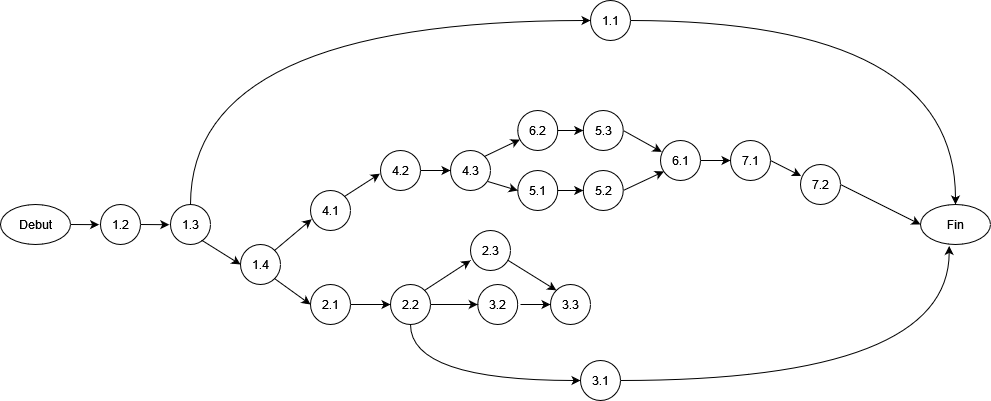
Above: Ressources/GraphePert.png in BUT-Info/SAE2.05 (draw.io), before the change. Source tidied: cells renumbered, new cells last; positions are measured from the earlier drawing's top-left corner, leaving out a move shared by most shapes. The source it was exported from:
```xml
<mxGraphModel>
  <root>
    <mxCell id="0" />
    <mxCell id="1" parent="0" />
    <mxCell id="2" value="&lt;div&gt;Debut&lt;/div&gt;" style="ellipse;whiteSpace=wrap;html=1;" parent="1" vertex="1">
      <mxGeometry y="204" width="70" height="40" as="geometry" />
    </mxCell>
    <mxCell id="3" value="&lt;div&gt;1.2&lt;/div&gt;" style="ellipse;whiteSpace=wrap;html=1;" parent="1" vertex="1">
      <mxGeometry x="100" y="204" width="40" height="40" as="geometry" />
    </mxCell>
    <mxCell id="4" style="endArrow=classic;html=1;rounded=0;exitX=1;exitY=0.5;exitDx=0;exitDy=0;entryX=-0.035;entryY=0.504;entryDx=0;entryDy=0;entryPerimeter=0;" parent="1" edge="1" source="2" target="3">
      <mxGeometry relative="1" as="geometry" />
    </mxCell>
    <mxCell id="5" value="&lt;div&gt;1.3&lt;/div&gt;" style="ellipse;whiteSpace=wrap;html=1;" parent="1" vertex="1">
      <mxGeometry x="170" y="204" width="40" height="40" as="geometry" />
    </mxCell>
    <mxCell id="6" style="endArrow=classic;html=1;rounded=0;exitX=1;exitY=0.5;exitDx=0;exitDy=0;entryX=-0.03;entryY=0.505;entryDx=0;entryDy=0;entryPerimeter=0;" parent="1" edge="1" source="3" target="5">
      <mxGeometry relative="1" as="geometry" />
    </mxCell>
    <mxCell id="7" style="rounded=0;jettySize=auto;html=1;exitX=1;exitY=0.5;exitDx=0;exitDy=0;edgeStyle=orthogonalEdgeStyle;curved=1;" parent="1" edge="1" source="8" target="48">
      <mxGeometry relative="1" as="geometry" />
    </mxCell>
    <mxCell id="8" value="&lt;div&gt;1.1&lt;/div&gt;" style="ellipse;whiteSpace=wrap;html=1;" parent="1" vertex="1">
      <mxGeometry x="590" width="40" height="40" as="geometry" />
    </mxCell>
    <mxCell id="9" value="&lt;div&gt;1.4&lt;/div&gt;" style="ellipse;whiteSpace=wrap;html=1;" parent="1" vertex="1">
      <mxGeometry x="240" y="244" width="40" height="40" as="geometry" />
    </mxCell>
    <mxCell id="10" style="endArrow=classic;html=1;rounded=0;exitX=0.5;exitY=0;exitDx=0;exitDy=0;entryX=0;entryY=0.5;entryDx=0;entryDy=0;edgeStyle=orthogonalEdgeStyle;curved=1;" parent="1" edge="1" source="5" target="8">
      <mxGeometry relative="1" as="geometry">
        <Array as="points">
          <mxPoint x="190" y="20" />
        </Array>
      </mxGeometry>
    </mxCell>
    <mxCell id="11" style="endArrow=classic;html=1;rounded=0;exitX=0.769;exitY=0.886;exitDx=0;exitDy=0;entryX=0;entryY=0.5;entryDx=0;entryDy=0;exitPerimeter=0;" parent="1" edge="1" source="5" target="9">
      <mxGeometry relative="1" as="geometry" />
    </mxCell>
    <mxCell id="12" style="endArrow=classic;html=1;rounded=0;exitX=1;exitY=1;exitDx=0;exitDy=0;entryX=0;entryY=0.5;entryDx=0;entryDy=0;" parent="1" edge="1" source="9" target="13">
      <mxGeometry relative="1" as="geometry" />
    </mxCell>
    <mxCell id="13" value="&lt;div&gt;2.1&lt;/div&gt;" style="ellipse;whiteSpace=wrap;html=1;" parent="1" vertex="1">
      <mxGeometry x="310" y="284" width="40" height="40" as="geometry" />
    </mxCell>
    <mxCell id="14" value="&lt;div&gt;4.1&lt;/div&gt;" style="ellipse;whiteSpace=wrap;html=1;" parent="1" vertex="1">
      <mxGeometry x="310" y="190" width="40" height="40" as="geometry" />
    </mxCell>
    <mxCell id="15" style="endArrow=classic;html=1;rounded=0;exitX=1;exitY=0;exitDx=0;exitDy=0;entryX=0.028;entryY=0.719;entryDx=0;entryDy=0;entryPerimeter=0;" parent="1" edge="1" source="9" target="14">
      <mxGeometry relative="1" as="geometry" />
    </mxCell>
    <mxCell id="16" value="&lt;div&gt;2.2&lt;/div&gt;" style="ellipse;whiteSpace=wrap;html=1;" parent="1" vertex="1">
      <mxGeometry x="390" y="284" width="40" height="40" as="geometry" />
    </mxCell>
    <mxCell id="17" style="endArrow=classic;html=1;rounded=0;entryX=0;entryY=0.5;entryDx=0;entryDy=0;exitX=1;exitY=0.5;exitDx=0;exitDy=0;" parent="1" edge="1" source="13" target="16">
      <mxGeometry relative="1" as="geometry" />
    </mxCell>
    <mxCell id="18" value="3.2" style="ellipse;whiteSpace=wrap;html=1;" parent="1" vertex="1">
      <mxGeometry x="477.2" y="284" width="40" height="40" as="geometry" />
    </mxCell>
    <mxCell id="19" style="endArrow=classic;html=1;rounded=0;entryX=0;entryY=0.5;entryDx=0;entryDy=0;" parent="1" edge="1" source="16" target="18">
      <mxGeometry relative="1" as="geometry" />
    </mxCell>
    <mxCell id="20" style="endArrow=classic;html=1;rounded=0;entryX=0;entryY=0.5;entryDx=0;entryDy=0;exitX=0.5;exitY=1;exitDx=0;exitDy=0;edgeStyle=orthogonalEdgeStyle;curved=1;" parent="1" edge="1" source="16" target="22">
      <mxGeometry relative="1" as="geometry">
        <Array as="points">
          <mxPoint x="410" y="380" />
        </Array>
      </mxGeometry>
    </mxCell>
    <mxCell id="21" style="rounded=0;jettySize=auto;html=1;exitX=1;exitY=0.5;exitDx=0;exitDy=0;entryX=0.41;entryY=1.036;entryDx=0;entryDy=0;entryPerimeter=0;edgeStyle=orthogonalEdgeStyle;curved=1;" parent="1" edge="1" source="22" target="48">
      <mxGeometry relative="1" as="geometry" />
    </mxCell>
    <mxCell id="22" value="3.1" style="ellipse;whiteSpace=wrap;html=1;" parent="1" vertex="1">
      <mxGeometry x="580" y="360" width="40" height="40" as="geometry" />
    </mxCell>
    <mxCell id="23" value="&lt;div&gt;2.3&lt;/div&gt;" style="ellipse;whiteSpace=wrap;html=1;" parent="1" vertex="1">
      <mxGeometry x="470" y="230" width="40" height="40" as="geometry" />
    </mxCell>
    <mxCell id="24" style="endArrow=classic;html=1;rounded=0;entryX=0;entryY=0.75;entryDx=0;entryDy=0;exitX=1;exitY=0;exitDx=0;exitDy=0;entryPerimeter=0;" parent="1" edge="1" source="16" target="23">
      <mxGeometry relative="1" as="geometry" />
    </mxCell>
    <mxCell id="25" value="3.3" style="ellipse;whiteSpace=wrap;html=1;" parent="1" vertex="1">
      <mxGeometry x="550" y="284" width="40" height="40" as="geometry" />
    </mxCell>
    <mxCell id="26" style="endArrow=classic;html=1;rounded=0;entryX=0;entryY=0;entryDx=0;entryDy=0;exitX=0.927;exitY=0.739;exitDx=0;exitDy=0;exitPerimeter=0;" parent="1" edge="1" source="23" target="25">
      <mxGeometry relative="1" as="geometry" />
    </mxCell>
    <mxCell id="27" style="endArrow=classic;html=1;rounded=0;entryX=0;entryY=0.5;entryDx=0;entryDy=0;" parent="1" edge="1" target="25">
      <mxGeometry relative="1" as="geometry">
        <mxPoint x="520" y="304" as="sourcePoint" />
      </mxGeometry>
    </mxCell>
    <mxCell id="28" value="4.2" style="ellipse;whiteSpace=wrap;html=1;" parent="1" vertex="1">
      <mxGeometry x="380" y="150" width="40" height="40" as="geometry" />
    </mxCell>
    <mxCell id="29" style="endArrow=classic;html=1;rounded=0;exitX=1;exitY=0;exitDx=0;exitDy=0;entryX=-0.016;entryY=0.58;entryDx=0;entryDy=0;entryPerimeter=0;" parent="1" edge="1" source="14" target="28">
      <mxGeometry relative="1" as="geometry" />
    </mxCell>
    <mxCell id="30" value="&lt;div&gt;4.3&lt;/div&gt;" style="ellipse;whiteSpace=wrap;html=1;" parent="1" vertex="1">
      <mxGeometry x="450" y="150" width="40" height="40" as="geometry" />
    </mxCell>
    <mxCell id="31" style="endArrow=classic;html=1;rounded=0;exitX=1;exitY=0.5;exitDx=0;exitDy=0;entryX=0;entryY=0.5;entryDx=0;entryDy=0;" parent="1" edge="1" source="28" target="30">
      <mxGeometry relative="1" as="geometry" />
    </mxCell>
    <mxCell id="32" value="5.1" style="ellipse;whiteSpace=wrap;html=1;" parent="1" vertex="1">
      <mxGeometry x="517.2" y="170" width="40" height="40" as="geometry" />
    </mxCell>
    <mxCell id="33" style="endArrow=classic;html=1;rounded=0;entryX=0;entryY=0.5;entryDx=0;entryDy=0;exitX=0.927;exitY=0.773;exitDx=0;exitDy=0;exitPerimeter=0;" parent="1" edge="1" source="30" target="32">
      <mxGeometry relative="1" as="geometry" />
    </mxCell>
    <mxCell id="34" value="5.2" style="ellipse;whiteSpace=wrap;html=1;" parent="1" vertex="1">
      <mxGeometry x="582.8" y="170" width="40" height="40" as="geometry" />
    </mxCell>
    <mxCell id="35" style="endArrow=classic;html=1;rounded=0;exitX=1;exitY=0.5;exitDx=0;exitDy=0;entryX=0;entryY=0.5;entryDx=0;entryDy=0;" parent="1" edge="1" source="32" target="34">
      <mxGeometry relative="1" as="geometry" />
    </mxCell>
    <mxCell id="36" style="endArrow=classic;html=1;rounded=0;exitX=1;exitY=0;exitDx=0;exitDy=0;entryX=0.052;entryY=0.727;entryDx=0;entryDy=0;entryPerimeter=0;" parent="1" edge="1" source="30" target="37">
      <mxGeometry relative="1" as="geometry" />
    </mxCell>
    <mxCell id="37" value="6.2" style="ellipse;whiteSpace=wrap;html=1;" parent="1" vertex="1">
      <mxGeometry x="517.2" y="110" width="40" height="40" as="geometry" />
    </mxCell>
    <mxCell id="38" value="5.3" style="ellipse;whiteSpace=wrap;html=1;" parent="1" vertex="1">
      <mxGeometry x="582.8" y="110" width="40" height="40" as="geometry" />
    </mxCell>
    <mxCell id="39" style="endArrow=classic;html=1;rounded=0;exitX=1;exitY=0.5;exitDx=0;exitDy=0;entryX=0;entryY=0.5;entryDx=0;entryDy=0;" parent="1" edge="1" source="37" target="38">
      <mxGeometry relative="1" as="geometry" />
    </mxCell>
    <mxCell id="40" value="6.1" style="ellipse;whiteSpace=wrap;html=1;" parent="1" vertex="1">
      <mxGeometry x="660" y="140" width="40" height="40" as="geometry" />
    </mxCell>
    <mxCell id="41" style="endArrow=classic;html=1;rounded=0;exitX=1;exitY=0.5;exitDx=0;exitDy=0;entryX=0.03;entryY=0.284;entryDx=0;entryDy=0;entryPerimeter=0;" parent="1" edge="1" source="38" target="40">
      <mxGeometry relative="1" as="geometry" />
    </mxCell>
    <mxCell id="42" style="endArrow=classic;html=1;rounded=0;exitX=1;exitY=0.5;exitDx=0;exitDy=0;entryX=0.086;entryY=0.773;entryDx=0;entryDy=0;entryPerimeter=0;" parent="1" edge="1" source="34" target="40">
      <mxGeometry relative="1" as="geometry" />
    </mxCell>
    <mxCell id="43" value="7.1" style="ellipse;whiteSpace=wrap;html=1;" parent="1" vertex="1">
      <mxGeometry x="730" y="140" width="40" height="40" as="geometry" />
    </mxCell>
    <mxCell id="44" style="endArrow=classic;html=1;rounded=0;exitX=1;exitY=0.5;exitDx=0;exitDy=0;entryX=0;entryY=0.5;entryDx=0;entryDy=0;" parent="1" edge="1" source="40" target="43">
      <mxGeometry relative="1" as="geometry" />
    </mxCell>
    <mxCell id="45" style="endArrow=classic;html=1;rounded=0;exitX=1;exitY=0.5;exitDx=0;exitDy=0;entryX=0.014;entryY=0.286;entryDx=0;entryDy=0;entryPerimeter=0;" parent="1" edge="1" source="43" target="47">
      <mxGeometry relative="1" as="geometry" />
    </mxCell>
    <mxCell id="46" style="rounded=0;jettySize=auto;html=1;exitX=1;exitY=0.5;exitDx=0;exitDy=0;entryX=0;entryY=0.5;entryDx=0;entryDy=0;" parent="1" edge="1" source="47" target="48">
      <mxGeometry relative="1" as="geometry" />
    </mxCell>
    <mxCell id="47" value="7.2" style="ellipse;whiteSpace=wrap;html=1;" parent="1" vertex="1">
      <mxGeometry x="800" y="164" width="40" height="40" as="geometry" />
    </mxCell>
    <mxCell id="48" value="Fin" style="ellipse;whiteSpace=wrap;html=1;" parent="1" vertex="1">
      <mxGeometry x="920" y="204" width="70" height="40" as="geometry" />
    </mxCell>
  </root>
</mxGraphModel>
```
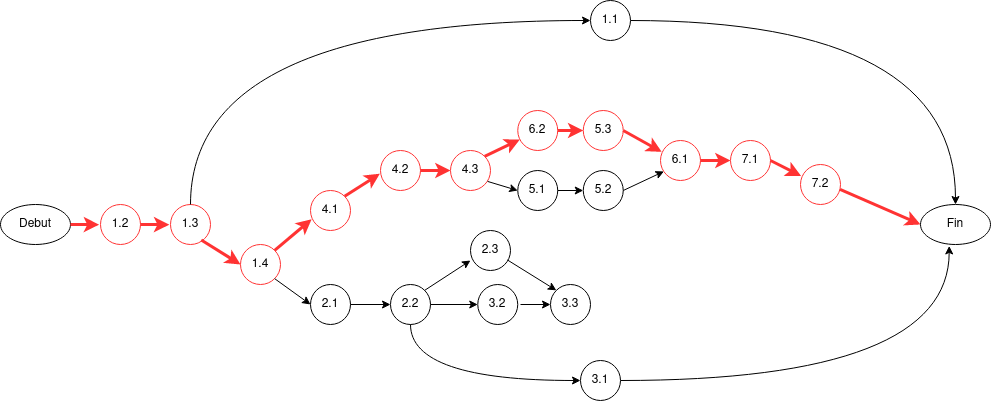
The same file after the commit.

Commit message:
GraphPert avec chemin critique

Change to the diagram source:
```diff
@@ -5,16 +5,16 @@
     <mxCell id="2" value="&lt;div&gt;Debut&lt;/div&gt;" style="ellipse;whiteSpace=wrap;html=1;" parent="1" vertex="1">
       <mxGeometry y="204" width="70" height="40" as="geometry" />
     </mxCell>
-    <mxCell id="3" value="&lt;div&gt;1.2&lt;/div&gt;" style="ellipse;whiteSpace=wrap;html=1;" parent="1" vertex="1">
+    <mxCell id="3" value="&lt;div&gt;1.2&lt;/div&gt;" style="ellipse;whiteSpace=wrap;html=1;fillColor=none;strokeColor=#FF3333;" parent="1" vertex="1">
       <mxGeometry x="100" y="204" width="40" height="40" as="geometry" />
     </mxCell>
-    <mxCell id="4" style="endArrow=classic;html=1;rounded=0;exitX=1;exitY=0.5;exitDx=0;exitDy=0;entryX=-0.035;entryY=0.504;entryDx=0;entryDy=0;entryPerimeter=0;" parent="1" edge="1" source="2" target="3">
+    <mxCell id="4" style="endArrow=classic;html=1;rounded=0;exitX=1;exitY=0.5;exitDx=0;exitDy=0;entryX=-0.035;entryY=0.504;entryDx=0;entryDy=0;entryPerimeter=0;fillColor=#a20025;strokeColor=#FF3333;strokeWidth=3;" parent="1" edge="1" source="2" target="3">
       <mxGeometry relative="1" as="geometry" />
     </mxCell>
-    <mxCell id="5" value="&lt;div&gt;1.3&lt;/div&gt;" style="ellipse;whiteSpace=wrap;html=1;" parent="1" vertex="1">
+    <mxCell id="5" value="&lt;div&gt;1.3&lt;/div&gt;" style="ellipse;whiteSpace=wrap;html=1;fillColor=none;strokeColor=#FF3333;" parent="1" vertex="1">
       <mxGeometry x="170" y="204" width="40" height="40" as="geometry" />
     </mxCell>
-    <mxCell id="6" style="endArrow=classic;html=1;rounded=0;exitX=1;exitY=0.5;exitDx=0;exitDy=0;entryX=-0.03;entryY=0.505;entryDx=0;entryDy=0;entryPerimeter=0;" parent="1" edge="1" source="3" target="5">
+    <mxCell id="6" style="endArrow=classic;html=1;rounded=0;exitX=1;exitY=0.5;exitDx=0;exitDy=0;entryX=-0.03;entryY=0.505;entryDx=0;entryDy=0;entryPerimeter=0;strokeWidth=3;strokeColor=#FF3333;" parent="1" edge="1" source="3" target="5">
       <mxGeometry relative="1" as="geometry" />
     </mxCell>
     <mxCell id="7" style="rounded=0;jettySize=auto;html=1;exitX=1;exitY=0.5;exitDx=0;exitDy=0;edgeStyle=orthogonalEdgeStyle;curved=1;" parent="1" edge="1" source="8" target="48">
@@ -23,7 +23,7 @@
     <mxCell id="8" value="&lt;div&gt;1.1&lt;/div&gt;" style="ellipse;whiteSpace=wrap;html=1;" parent="1" vertex="1">
       <mxGeometry x="590" width="40" height="40" as="geometry" />
     </mxCell>
-    <mxCell id="9" value="&lt;div&gt;1.4&lt;/div&gt;" style="ellipse;whiteSpace=wrap;html=1;" parent="1" vertex="1">
+    <mxCell id="9" value="&lt;div&gt;1.4&lt;/div&gt;" style="ellipse;whiteSpace=wrap;html=1;fillColor=none;strokeColor=#FF3333;" parent="1" vertex="1">
       <mxGeometry x="240" y="244" width="40" height="40" as="geometry" />
     </mxCell>
     <mxCell id="10" style="endArrow=classic;html=1;rounded=0;exitX=0.5;exitY=0;exitDx=0;exitDy=0;entryX=0;entryY=0.5;entryDx=0;entryDy=0;edgeStyle=orthogonalEdgeStyle;curved=1;" parent="1" edge="1" source="5" target="8">
@@ -33,7 +33,7 @@
         </Array>
       </mxGeometry>
     </mxCell>
-    <mxCell id="11" style="endArrow=classic;html=1;rounded=0;exitX=0.769;exitY=0.886;exitDx=0;exitDy=0;entryX=0;entryY=0.5;entryDx=0;entryDy=0;exitPerimeter=0;" parent="1" edge="1" source="5" target="9">
+    <mxCell id="11" style="endArrow=classic;html=1;rounded=0;exitX=0.769;exitY=0.886;exitDx=0;exitDy=0;entryX=0;entryY=0.5;entryDx=0;entryDy=0;exitPerimeter=0;strokeWidth=3;strokeColor=#FF3333;" parent="1" edge="1" source="5" target="9">
       <mxGeometry relative="1" as="geometry" />
     </mxCell>
     <mxCell id="12" style="endArrow=classic;html=1;rounded=0;exitX=1;exitY=1;exitDx=0;exitDy=0;entryX=0;entryY=0.5;entryDx=0;entryDy=0;" parent="1" edge="1" source="9" target="13">
@@ -42,10 +42,10 @@
     <mxCell id="13" value="&lt;div&gt;2.1&lt;/div&gt;" style="ellipse;whiteSpace=wrap;html=1;" parent="1" vertex="1">
       <mxGeometry x="310" y="284" width="40" height="40" as="geometry" />
     </mxCell>
-    <mxCell id="14" value="&lt;div&gt;4.1&lt;/div&gt;" style="ellipse;whiteSpace=wrap;html=1;" parent="1" vertex="1">
+    <mxCell id="14" value="&lt;div&gt;4.1&lt;/div&gt;" style="ellipse;whiteSpace=wrap;html=1;fillColor=none;strokeColor=#FF3333;" parent="1" vertex="1">
       <mxGeometry x="310" y="190" width="40" height="40" as="geometry" />
     </mxCell>
-    <mxCell id="15" style="endArrow=classic;html=1;rounded=0;exitX=1;exitY=0;exitDx=0;exitDy=0;entryX=0.028;entryY=0.719;entryDx=0;entryDy=0;entryPerimeter=0;" parent="1" edge="1" source="9" target="14">
+    <mxCell id="15" style="endArrow=classic;html=1;rounded=0;exitX=1;exitY=0;exitDx=0;exitDy=0;entryX=0.028;entryY=0.719;entryDx=0;entryDy=0;entryPerimeter=0;strokeWidth=3;strokeColor=#FF3333;" parent="1" edge="1" source="9" target="14">
       <mxGeometry relative="1" as="geometry" />
     </mxCell>
     <mxCell id="16" value="&lt;div&gt;2.2&lt;/div&gt;" style="ellipse;whiteSpace=wrap;html=1;" parent="1" vertex="1">
@@ -90,16 +90,16 @@
         <mxPoint x="520" y="304" as="sourcePoint" />
       </mxGeometry>
     </mxCell>
-    <mxCell id="28" value="4.2" style="ellipse;whiteSpace=wrap;html=1;" parent="1" vertex="1">
+    <mxCell id="28" value="4.2" style="ellipse;whiteSpace=wrap;html=1;fillColor=none;strokeColor=#FF3333;" parent="1" vertex="1">
       <mxGeometry x="380" y="150" width="40" height="40" as="geometry" />
     </mxCell>
-    <mxCell id="29" style="endArrow=classic;html=1;rounded=0;exitX=1;exitY=0;exitDx=0;exitDy=0;entryX=-0.016;entryY=0.58;entryDx=0;entryDy=0;entryPerimeter=0;" parent="1" edge="1" source="14" target="28">
+    <mxCell id="29" style="endArrow=classic;html=1;rounded=0;exitX=1;exitY=0;exitDx=0;exitDy=0;entryX=-0.016;entryY=0.58;entryDx=0;entryDy=0;entryPerimeter=0;strokeWidth=3;strokeColor=#FF3333;" parent="1" edge="1" source="14" target="28">
       <mxGeometry relative="1" as="geometry" />
     </mxCell>
-    <mxCell id="30" value="&lt;div&gt;4.3&lt;/div&gt;" style="ellipse;whiteSpace=wrap;html=1;" parent="1" vertex="1">
+    <mxCell id="30" value="&lt;div&gt;4.3&lt;/div&gt;" style="ellipse;whiteSpace=wrap;html=1;fillColor=none;strokeColor=#FF3333;" parent="1" vertex="1">
       <mxGeometry x="450" y="150" width="40" height="40" as="geometry" />
     </mxCell>
-    <mxCell id="31" style="endArrow=classic;html=1;rounded=0;exitX=1;exitY=0.5;exitDx=0;exitDy=0;entryX=0;entryY=0.5;entryDx=0;entryDy=0;" parent="1" edge="1" source="28" target="30">
+    <mxCell id="31" style="endArrow=classic;html=1;rounded=0;exitX=1;exitY=0.5;exitDx=0;exitDy=0;entryX=0;entryY=0.5;entryDx=0;entryDy=0;strokeWidth=3;strokeColor=#FF3333;" parent="1" edge="1" source="28" target="30">
       <mxGeometry relative="1" as="geometry" />
     </mxCell>
     <mxCell id="32" value="5.1" style="ellipse;whiteSpace=wrap;html=1;" parent="1" vertex="1">
@@ -114,40 +114,40 @@
     <mxCell id="35" style="endArrow=classic;html=1;rounded=0;exitX=1;exitY=0.5;exitDx=0;exitDy=0;entryX=0;entryY=0.5;entryDx=0;entryDy=0;" parent="1" edge="1" source="32" target="34">
       <mxGeometry relative="1" as="geometry" />
     </mxCell>
-    <mxCell id="36" style="endArrow=classic;html=1;rounded=0;exitX=1;exitY=0;exitDx=0;exitDy=0;entryX=0.052;entryY=0.727;entryDx=0;entryDy=0;entryPerimeter=0;" parent="1" edge="1" source="30" target="37">
+    <mxCell id="36" style="endArrow=classic;html=1;rounded=0;exitX=1;exitY=0;exitDx=0;exitDy=0;entryX=0.052;entryY=0.727;entryDx=0;entryDy=0;entryPerimeter=0;strokeWidth=3;strokeColor=#FF3333;" parent="1" edge="1" source="30" target="37">
       <mxGeometry relative="1" as="geometry" />
     </mxCell>
-    <mxCell id="37" value="6.2" style="ellipse;whiteSpace=wrap;html=1;" parent="1" vertex="1">
+    <mxCell id="37" value="6.2" style="ellipse;whiteSpace=wrap;html=1;fillColor=none;strokeColor=#FF3333;" parent="1" vertex="1">
       <mxGeometry x="517.2" y="110" width="40" height="40" as="geometry" />
     </mxCell>
-    <mxCell id="38" value="5.3" style="ellipse;whiteSpace=wrap;html=1;" parent="1" vertex="1">
+    <mxCell id="38" value="5.3" style="ellipse;whiteSpace=wrap;html=1;fillColor=none;strokeColor=#FF3333;" parent="1" vertex="1">
       <mxGeometry x="582.8" y="110" width="40" height="40" as="geometry" />
     </mxCell>
-    <mxCell id="39" style="endArrow=classic;html=1;rounded=0;exitX=1;exitY=0.5;exitDx=0;exitDy=0;entryX=0;entryY=0.5;entryDx=0;entryDy=0;" parent="1" edge="1" source="37" target="38">
+    <mxCell id="39" style="endArrow=classic;html=1;rounded=0;exitX=1;exitY=0.5;exitDx=0;exitDy=0;entryX=0;entryY=0.5;entryDx=0;entryDy=0;strokeWidth=3;strokeColor=#FF3333;" parent="1" edge="1" source="37" target="38">
       <mxGeometry relative="1" as="geometry" />
     </mxCell>
-    <mxCell id="40" value="6.1" style="ellipse;whiteSpace=wrap;html=1;" parent="1" vertex="1">
+    <mxCell id="40" value="6.1" style="ellipse;whiteSpace=wrap;html=1;fillColor=none;strokeColor=#FF3333;" parent="1" vertex="1">
       <mxGeometry x="660" y="140" width="40" height="40" as="geometry" />
     </mxCell>
-    <mxCell id="41" style="endArrow=classic;html=1;rounded=0;exitX=1;exitY=0.5;exitDx=0;exitDy=0;entryX=0.03;entryY=0.284;entryDx=0;entryDy=0;entryPerimeter=0;" parent="1" edge="1" source="38" target="40">
+    <mxCell id="41" style="endArrow=classic;html=1;rounded=0;exitX=1;exitY=0.5;exitDx=0;exitDy=0;entryX=0.03;entryY=0.284;entryDx=0;entryDy=0;entryPerimeter=0;strokeWidth=3;strokeColor=#FF3333;" parent="1" edge="1" source="38" target="40">
       <mxGeometry relative="1" as="geometry" />
     </mxCell>
     <mxCell id="42" style="endArrow=classic;html=1;rounded=0;exitX=1;exitY=0.5;exitDx=0;exitDy=0;entryX=0.086;entryY=0.773;entryDx=0;entryDy=0;entryPerimeter=0;" parent="1" edge="1" source="34" target="40">
       <mxGeometry relative="1" as="geometry" />
     </mxCell>
-    <mxCell id="43" value="7.1" style="ellipse;whiteSpace=wrap;html=1;" parent="1" vertex="1">
+    <mxCell id="43" value="7.1" style="ellipse;whiteSpace=wrap;html=1;fillColor=none;strokeColor=#FF3333;" parent="1" vertex="1">
       <mxGeometry x="730" y="140" width="40" height="40" as="geometry" />
     </mxCell>
-    <mxCell id="44" style="endArrow=classic;html=1;rounded=0;exitX=1;exitY=0.5;exitDx=0;exitDy=0;entryX=0;entryY=0.5;entryDx=0;entryDy=0;" parent="1" edge="1" source="40" target="43">
+    <mxCell id="44" style="endArrow=classic;html=1;rounded=0;exitX=1;exitY=0.5;exitDx=0;exitDy=0;entryX=0;entryY=0.5;entryDx=0;entryDy=0;strokeWidth=3;strokeColor=#FF3333;" parent="1" edge="1" source="40" target="43">
       <mxGeometry relative="1" as="geometry" />
     </mxCell>
-    <mxCell id="45" style="endArrow=classic;html=1;rounded=0;exitX=1;exitY=0.5;exitDx=0;exitDy=0;entryX=0.014;entryY=0.286;entryDx=0;entryDy=0;entryPerimeter=0;" parent="1" edge="1" source="43" target="47">
+    <mxCell id="45" style="endArrow=classic;html=1;rounded=0;exitX=1;exitY=0.5;exitDx=0;exitDy=0;entryX=0.014;entryY=0.286;entryDx=0;entryDy=0;entryPerimeter=0;strokeWidth=3;strokeColor=#FF3333;" parent="1" edge="1" source="43" target="47">
       <mxGeometry relative="1" as="geometry" />
     </mxCell>
-    <mxCell id="46" style="rounded=0;jettySize=auto;html=1;exitX=1;exitY=0.5;exitDx=0;exitDy=0;entryX=0;entryY=0.5;entryDx=0;entryDy=0;" parent="1" edge="1" source="47" target="48">
+    <mxCell id="46" style="rounded=0;jettySize=auto;html=1;exitX=0.988;exitY=0.622;exitDx=0;exitDy=0;entryX=0;entryY=0.5;entryDx=0;entryDy=0;strokeWidth=3;strokeColor=#FF3333;exitPerimeter=0;" parent="1" edge="1" source="47" target="48">
       <mxGeometry relative="1" as="geometry" />
     </mxCell>
-    <mxCell id="47" value="7.2" style="ellipse;whiteSpace=wrap;html=1;" parent="1" vertex="1">
+    <mxCell id="47" value="7.2" style="ellipse;whiteSpace=wrap;html=1;fillColor=none;strokeColor=#FF3333;" parent="1" vertex="1">
       <mxGeometry x="800" y="164" width="40" height="40" as="geometry" />
     </mxCell>
     <mxCell id="48" value="Fin" style="ellipse;whiteSpace=wrap;html=1;" parent="1" vertex="1">
```
